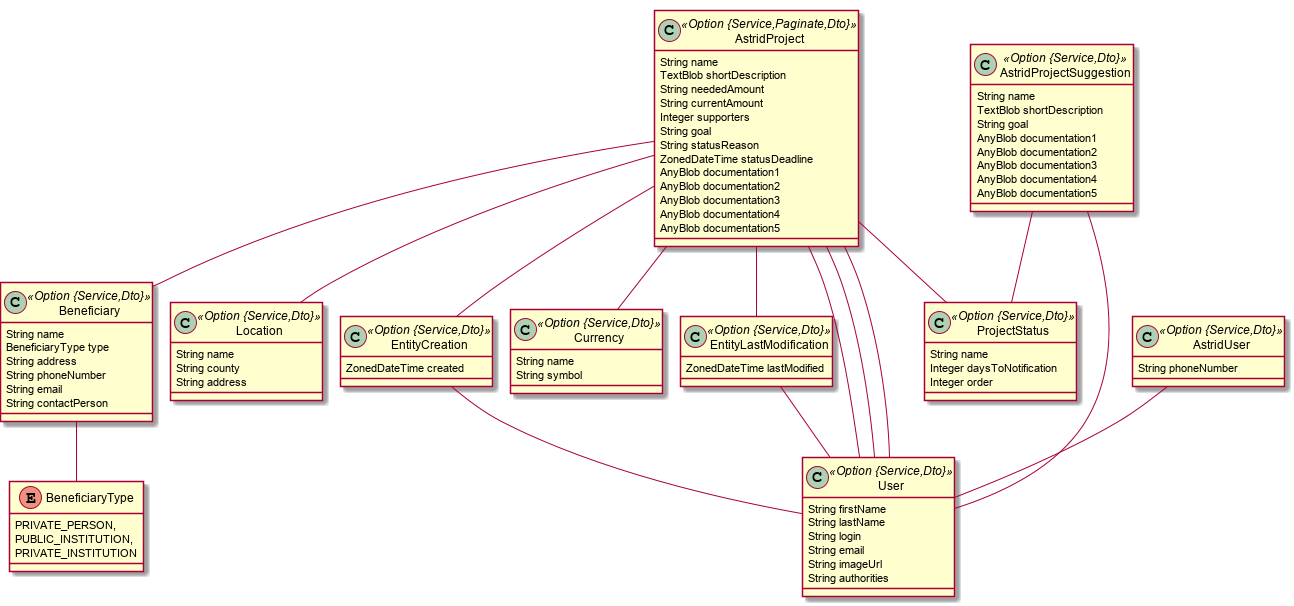
Before: astrid-diaspora.png, a diagram exported from PlantUML (popica14/astrid-diaspora).
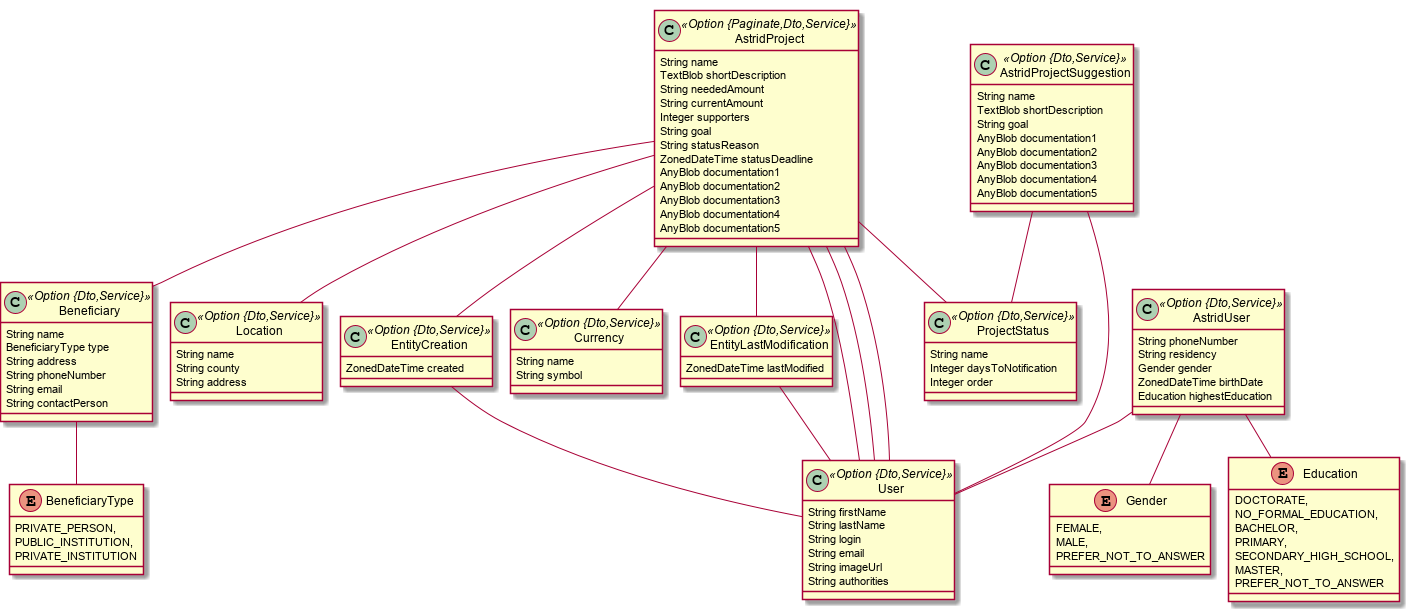
The same file after the commit.

Change to the diagram source:
```diff
@@ -1,7 +1,7 @@
 @startuml
 	!pragma graphviz_dot jdot
 	!pragma syntax class
-	class AstridProject <<Option {Service,Paginate,Dto}>> {
+	class AstridProject <<Option {Paginate,Dto,Service}>> {
 		String name
 		TextBlob shortDescription
 		String neededAmount
@@ -16,7 +16,7 @@
 		AnyBlob documentation4
 		AnyBlob documentation5
 	}
-	class AstridProjectSuggestion <<Option {Service,Dto}>> {
+	class AstridProjectSuggestion <<Option {Dto,Service}>> {
 		String name
 		TextBlob shortDescription
 		String goal
@@ -26,10 +26,16 @@
 		AnyBlob documentation4
 		AnyBlob documentation5
 	}
-	class AstridUser <<Option {Service,Dto}>> {
+	class AstridUser <<Option {Dto,Service}>> {
 		String phoneNumber
+		String residency
+		Gender gender
+		ZonedDateTime birthDate
+		Education highestEducation
 	}
-	class Beneficiary <<Option {Service,Dto}>> {
+	AstridUser ..> Gender
+	AstridUser ..> Education
+	class Beneficiary <<Option {Dto,Service}>> {
 		String name
 		BeneficiaryType type
 		String address
@@ -38,29 +44,43 @@
 		String contactPerson
 	}
 	Beneficiary ..> BeneficiaryType
-	class Location <<Option {Service,Dto}>> {
+	class Location <<Option {Dto,Service}>> {
 		String name
 		String county
 		String address
+	}
+	enum Gender {
+		FEMALE,
+		MALE,
+		PREFER_NOT_TO_ANSWER
 	}
 	enum BeneficiaryType {
 		PRIVATE_PERSON,
 		PUBLIC_INSTITUTION,
 		PRIVATE_INSTITUTION
 	}
-	class ProjectStatus <<Option {Service,Dto}>> {
+	enum Education {
+		DOCTORATE,
+		NO_FORMAL_EDUCATION,
+		BACHELOR,
+		PRIMARY,
+		SECONDARY_HIGH_SCHOOL,
+		MASTER,
+		PREFER_NOT_TO_ANSWER
+	}
+	class ProjectStatus <<Option {Dto,Service}>> {
 		String name
 		Integer daysToNotification
 		Integer order
 	}
-	class EntityCreation <<Option {Service,Dto}>> {
+	class EntityCreation <<Option {Dto,Service}>> {
 		ZonedDateTime created
 	}
-	class Currency <<Option {Service,Dto}>> {
+	class Currency <<Option {Dto,Service}>> {
 		String name
 		String symbol
 	}
-	class EntityLastModification <<Option {Service,Dto}>> {
+	class EntityLastModification <<Option {Dto,Service}>> {
 		ZonedDateTime lastModified
 	}
 	AstridProject  "responsible(login)  1..* " o-- "0..1 "  User
@@ -77,7 +97,7 @@
 	AstridUser  "0..1 " -- "0..1 "  User
 	AstridProject  "implementationTeam(login) 0..* " o--o "0..* "  User
 	AstridProject  "beneficiaries(name) 0..* " o--o "projects(name) 0..* "  Beneficiary
-	class User <<Option {Service,Dto}>> {
+	class User <<Option {Dto,Service}>> {
 		String firstName
 		String lastName
 		String login
```
